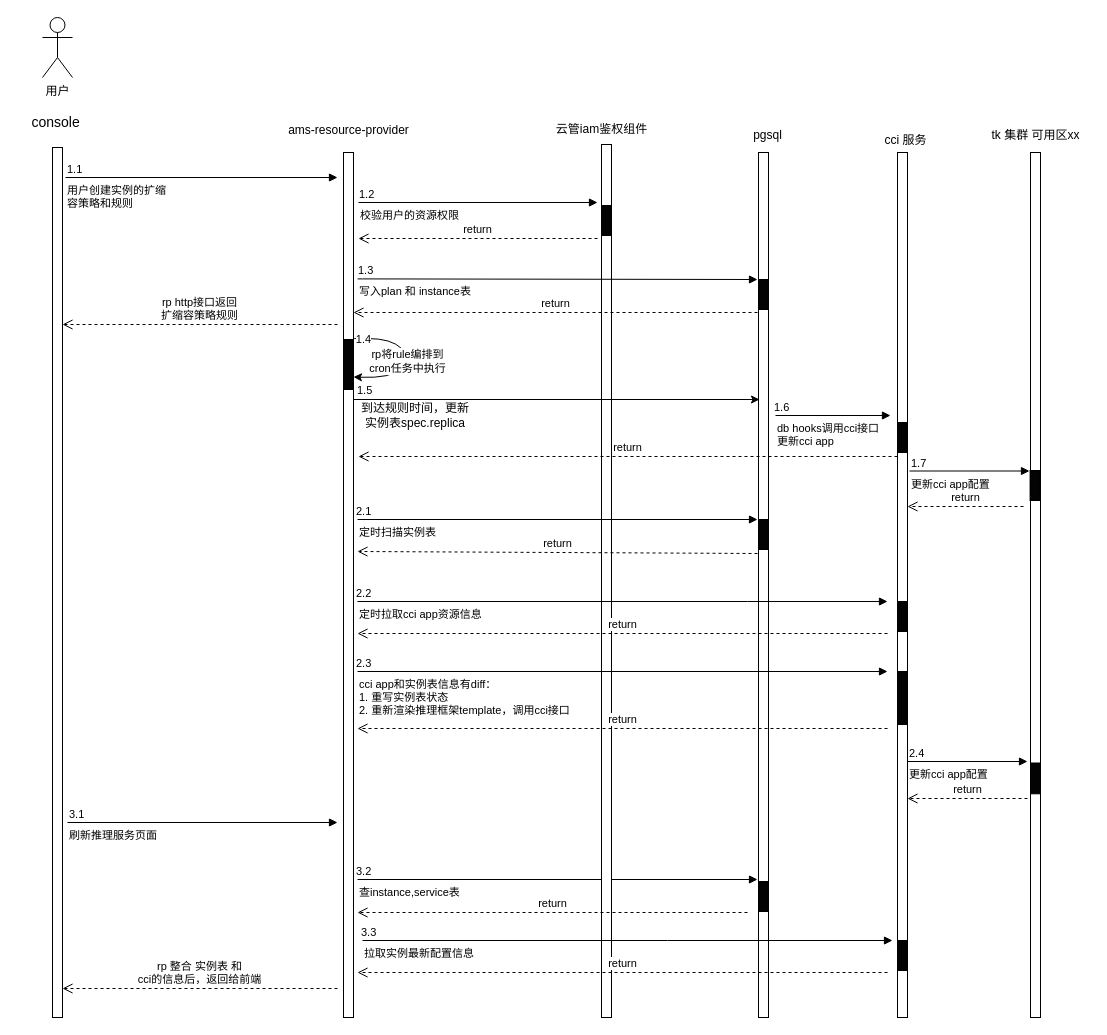
Before: 定时扩缩容流程图.drawio in wangshujuan/PostImage, a draw.io diagram. Source tidied: cells renumbered, new cells numbered last; positions are measured from the earlier drawing's top-left corner, leaving out a move shared by most shapes. Both pictures are drawn from the tidied source at 100%, with x=0, y=0 at pixel (17, 17).
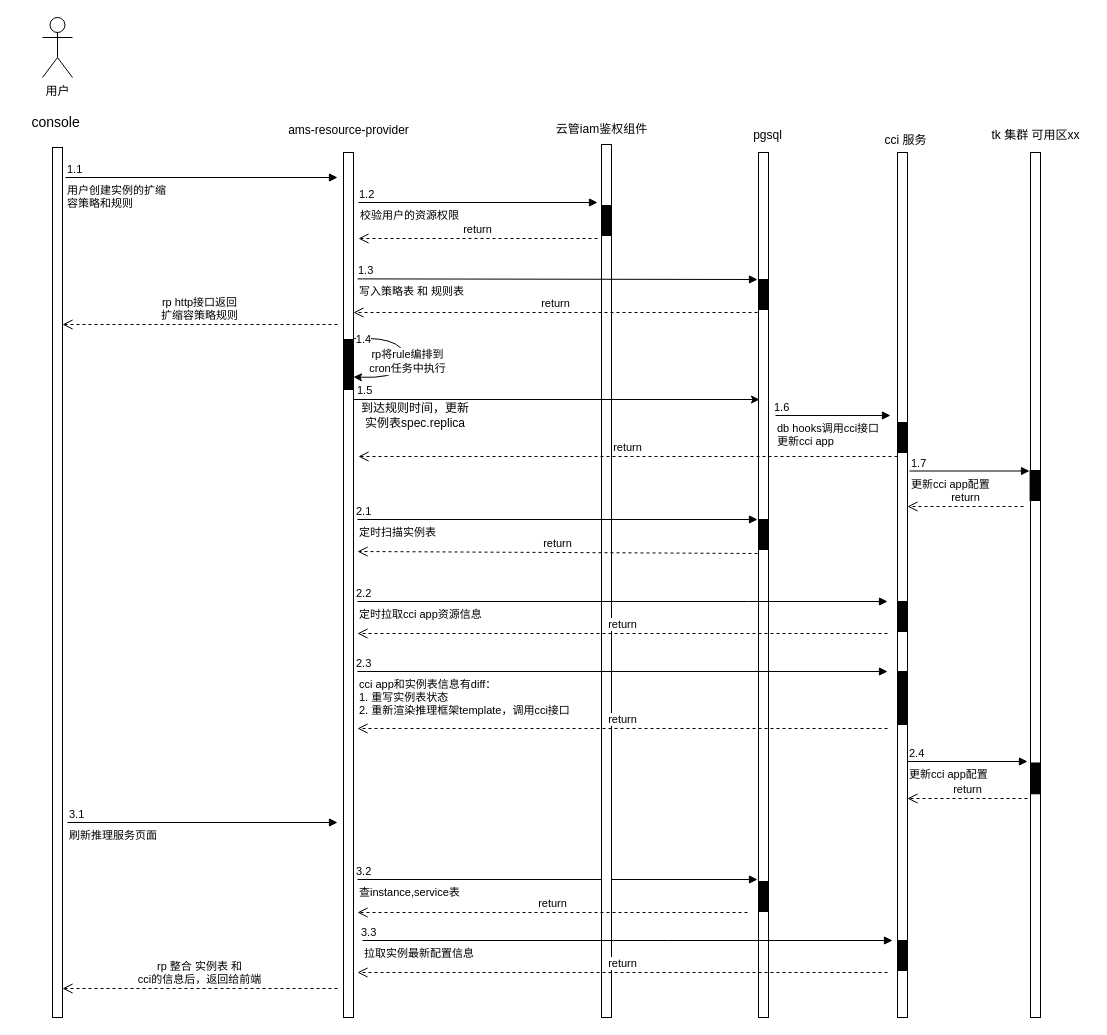
After the change.

Commit message:
更新定时扩缩容流程图.drawio

What changed in the source:
```diff
@@
-    <mxCell id="33" value="写入plan 和 instance表" style="endArrow=block;endFill=1;html=1;edgeStyle=orthogonalEdgeStyle;align=left;verticalAlign=top;rounded=0;exitX=1.412;exitY=0.131;exitDx=0;exitDy=0;exitPerimeter=0;" parent="1" edge="1">
+    <mxCell id="33" value="写入策略表 和 规则表" style="endArrow=block;endFill=1;html=1;edgeStyle=orthogonalEdgeStyle;align=left;verticalAlign=top;rounded=0;exitX=1.412;exitY=0.131;exitDx=0;exitDy=0;exitPerimeter=0;" parent="1" edge="1">
       <mxGeometry x="-1" relative="1" as="geometry">
         <mxPoint x="340.1" y="261.4" as="sourcePoint" />
         <mxPoint x="740" y="262" as="targetPoint" />
         <Array as="points">
           <mxPoint x="345" y="261" />
         </Array>
       </mxGeometry>
     </mxCell>
```
